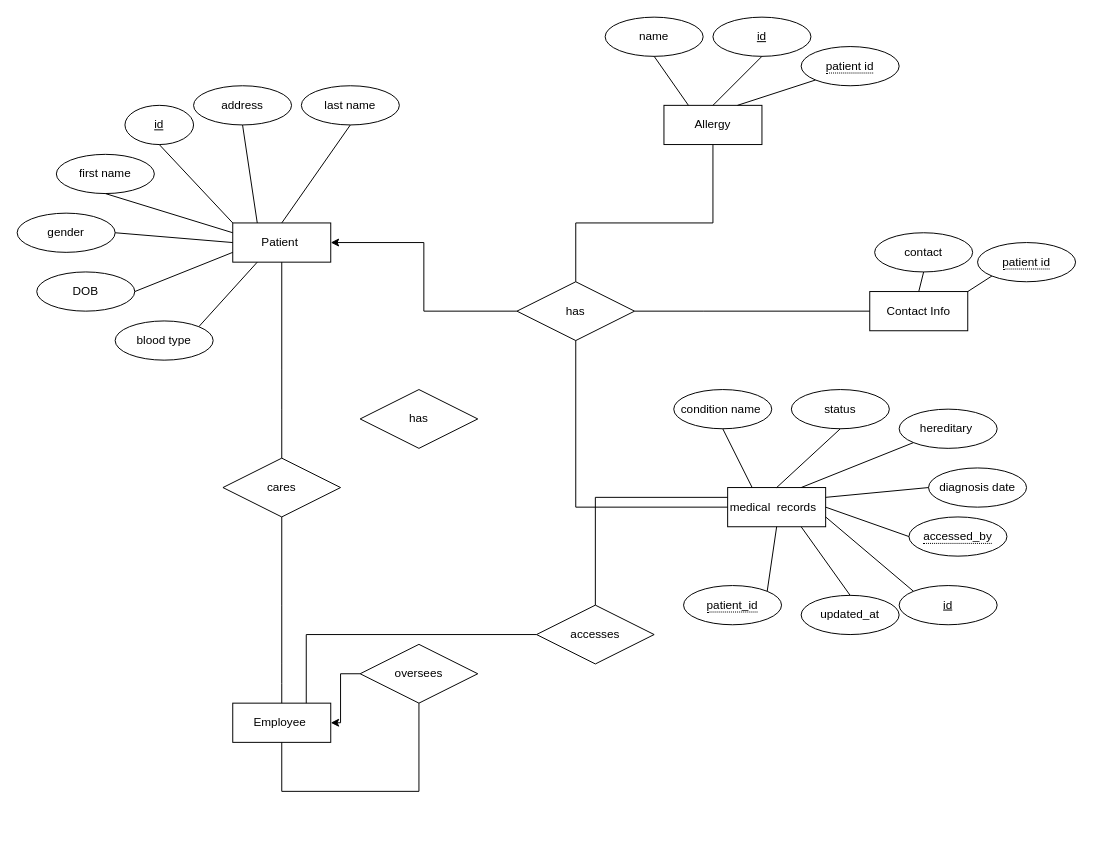
Earlier version of the draw.io diagram mp.drawio (merratio/Capstone-Project). Source tidied: cells renumbered, new cells numbered last; positions are measured from the earlier drawing's top-left corner, leaving out a move shared by most shapes. Both pictures are drawn from the tidied source at 98%, with x=0, y=0 at pixel (17, 17).
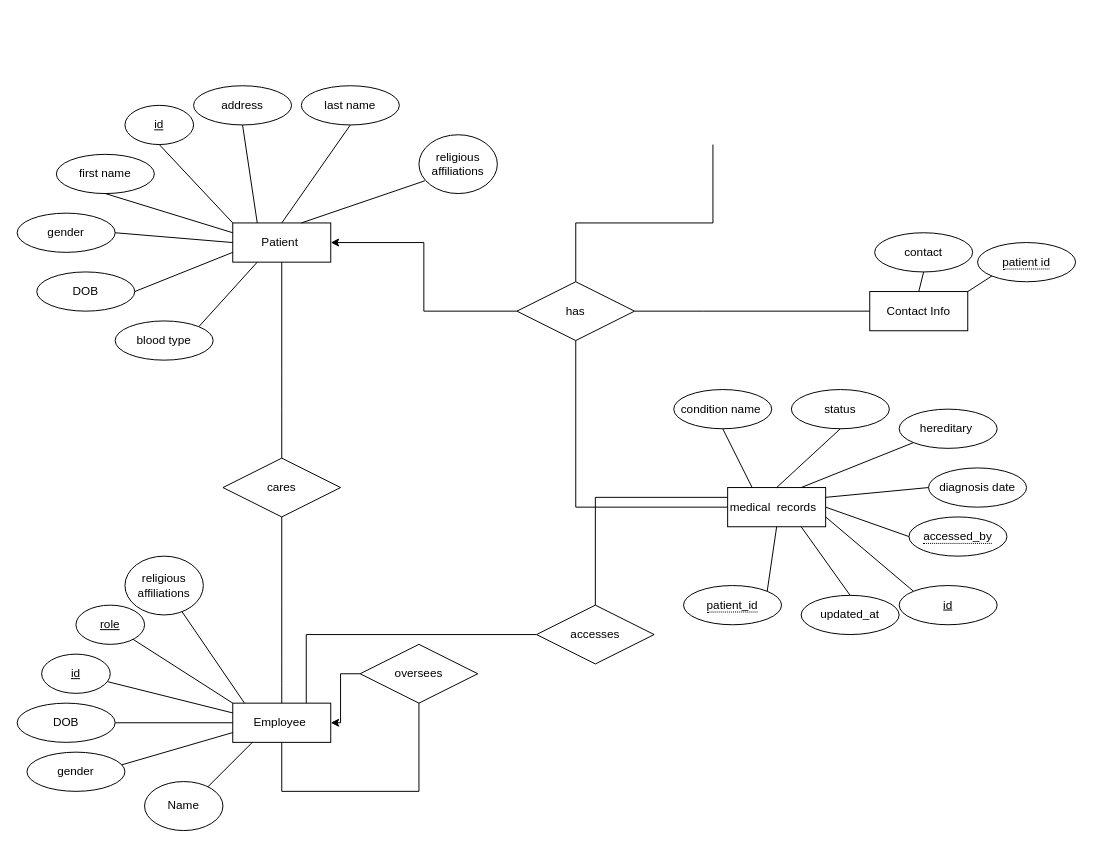
The same diagram, later.

Unchanged cells that the change refers to:
```xml
<mxCell id="3" value="has" style="shape=rhombus;perimeter=rhombusPerimeter;whiteSpace=wrap;html=1;align=center;" parent="1" vertex="1">
  <mxGeometry x="510" y="270" width="120" height="60" as="geometry" />
</mxCell>
```

Diff of the diagram source:
```diff
@@
-    <mxCell id="6" value="Allergy" style="whiteSpace=wrap;html=1;align=center;" parent="1" vertex="1">
-      <mxGeometry x="660" y="90" width="100" height="40" as="geometry" />
-    </mxCell>
@@
-    <mxCell id="27" value="name" style="ellipse;whiteSpace=wrap;html=1;align=center;" parent="1" vertex="1">
-      <mxGeometry x="600" width="100" height="40" as="geometry" />
-    </mxCell>
-    <mxCell id="28" value="id" style="ellipse;whiteSpace=wrap;html=1;align=center;fontStyle=4;" parent="1" vertex="1">
-      <mxGeometry x="710" width="100" height="40" as="geometry" />
-    </mxCell>
-    <mxCell id="29" value="&lt;span style=&quot;border-bottom: 1px dotted;&quot;&gt;patient id&lt;/span&gt;" style="ellipse;whiteSpace=wrap;html=1;align=center;" parent="1" vertex="1">
-      <mxGeometry x="800" y="30" width="100" height="40" as="geometry" />
-    </mxCell>
-    <mxCell id="30" style="endArrow=none;html=1;rounded=0;exitX=0.5;exitY=1;exitDx=0;exitDy=0;entryX=0.25;entryY=0;entryDx=0;entryDy=0;" parent="1" edge="1" source="27" target="6">
-      <mxGeometry relative="1" as="geometry" />
-    </mxCell>
-    <mxCell id="31" style="endArrow=none;html=1;rounded=0;entryX=0.5;entryY=1;entryDx=0;entryDy=0;exitX=0.5;exitY=0;exitDx=0;exitDy=0;" parent="1" edge="1" source="6" target="28">
-      <mxGeometry relative="1" as="geometry" />
-    </mxCell>
-    <mxCell id="32" style="endArrow=none;html=1;rounded=0;entryX=0;entryY=1;entryDx=0;entryDy=0;exitX=0.75;exitY=0;exitDx=0;exitDy=0;" parent="1" edge="1" source="6" target="29">
-      <mxGeometry relative="1" as="geometry" />
-    </mxCell>
@@
-    <mxCell id="37" style="endArrow=none;html=1;rounded=0;exitX=0.5;exitY=0;exitDx=0;exitDy=0;entryX=0.5;entryY=1;entryDx=0;entryDy=0;" parent="1" edge="1" source="3" target="6">
+    <mxCell id="37" style="endArrow=none;html=1;rounded=0;exitX=0.5;exitY=0;exitDx=0;exitDy=0;entryX=0.5;entryY=1;entryDx=0;entryDy=0;" parent="1" edge="1" source="3">
       <mxGeometry relative="1" as="geometry">
+        <mxPoint x="710" y="130" as="targetPoint" />
         <Array as="points">
           <mxPoint x="570" y="210" />
           <mxPoint x="710" y="210" />
         </Array>
       </mxGeometry>
     </mxCell>
@@
-    <mxCell id="59" value="has" style="shape=rhombus;perimeter=rhombusPerimeter;whiteSpace=wrap;html=1;align=center;" parent="1" vertex="1">
-      <mxGeometry x="350" y="380" width="120" height="60" as="geometry" />
-    </mxCell>
@@
+    <mxCell id="62" style="endArrow=none;html=1;rounded=0;" parent="1" edge="1">
+      <mxGeometry relative="1" as="geometry">
+        <mxPoint x="190" y="790" as="sourcePoint" />
+        <mxPoint x="240" y="740" as="targetPoint" />
+      </mxGeometry>
+    </mxCell>
+    <mxCell id="63" value="Name" style="ellipse;whiteSpace=wrap;html=1;" parent="1" vertex="1">
+      <mxGeometry x="130" y="780" width="80" height="50" as="geometry" />
+    </mxCell>
+    <mxCell id="64" style="endArrow=none;html=1;rounded=0;exitX=0;exitY=0.5;exitDx=0;exitDy=0;entryX=0.934;entryY=0.348;entryDx=0;entryDy=0;entryPerimeter=0;" parent="1" edge="1" target="65">
+      <mxGeometry relative="1" as="geometry">
+        <mxPoint x="220" y="730" as="sourcePoint" />
+      </mxGeometry>
+    </mxCell>
+    <mxCell id="65" value="gender" style="ellipse;whiteSpace=wrap;html=1;align=center;" parent="1" vertex="1">
+      <mxGeometry x="10" y="750" width="100" height="40" as="geometry" />
+    </mxCell>
+    <mxCell id="66" style="endArrow=none;html=1;rounded=0;exitX=0;exitY=0.75;exitDx=0;exitDy=0;" parent="1" edge="1">
+      <mxGeometry relative="1" as="geometry">
+        <mxPoint x="220" y="720" as="sourcePoint" />
+        <mxPoint x="100" y="720" as="targetPoint" />
+      </mxGeometry>
+    </mxCell>
+    <mxCell id="67" value="DOB" style="ellipse;whiteSpace=wrap;html=1;align=center;" parent="1" vertex="1">
+      <mxGeometry y="700" width="100" height="40" as="geometry" />
+    </mxCell>
+    <mxCell id="68" style="endArrow=none;html=1;rounded=0;exitX=0;exitY=0.5;exitDx=0;exitDy=0;" parent="1" edge="1" source="28">
+      <mxGeometry relative="1" as="geometry">
+        <mxPoint x="90" y="680" as="targetPoint" />
+      </mxGeometry>
+    </mxCell>
+    <mxCell id="69" style="endArrow=none;html=1;rounded=0;exitX=0;exitY=0.5;exitDx=0;exitDy=0;" parent="1" edge="1" target="28">
+      <mxGeometry relative="1" as="geometry">
+        <mxPoint x="220" y="710" as="sourcePoint" />
+      </mxGeometry>
+    </mxCell>
+    <mxCell id="28" value="id" style="ellipse;whiteSpace=wrap;html=1;align=center;fontStyle=4;" parent="1" vertex="1">
+      <mxGeometry x="25" y="650" width="70" height="40" as="geometry" />
+    </mxCell>
+    <mxCell id="70" style="endArrow=none;html=1;rounded=0;" parent="1" edge="1" source="72">
+      <mxGeometry relative="1" as="geometry">
+        <mxPoint x="100" y="640" as="targetPoint" />
+      </mxGeometry>
+    </mxCell>
+    <mxCell id="71" style="endArrow=none;html=1;rounded=0;" parent="1" edge="1" target="72">
+      <mxGeometry relative="1" as="geometry">
+        <mxPoint x="220" y="700" as="sourcePoint" />
+      </mxGeometry>
+    </mxCell>
+    <mxCell id="72" value="role" style="ellipse;whiteSpace=wrap;html=1;align=center;fontStyle=4;" parent="1" vertex="1">
+      <mxGeometry x="60" y="600" width="70" height="40" as="geometry" />
+    </mxCell>
+    <mxCell id="73" style="endArrow=none;html=1;rounded=0;" parent="1" edge="1" source="75">
+      <mxGeometry relative="1" as="geometry">
+        <mxPoint x="160" y="610" as="targetPoint" />
+      </mxGeometry>
+    </mxCell>
+    <mxCell id="74" style="endArrow=none;html=1;rounded=0;" parent="1" edge="1" target="75">
+      <mxGeometry relative="1" as="geometry">
+        <mxPoint x="232" y="700" as="sourcePoint" />
+      </mxGeometry>
+    </mxCell>
+    <mxCell id="75" value="religious affiliations" style="ellipse;whiteSpace=wrap;html=1;" parent="1" vertex="1">
+      <mxGeometry x="110" y="550" width="80" height="60" as="geometry" />
+    </mxCell>
+    <mxCell id="76" style="endArrow=none;html=1;rounded=0;" parent="1" edge="1">
+      <mxGeometry relative="1" as="geometry">
+        <mxPoint x="290" y="210" as="sourcePoint" />
+        <mxPoint x="416" y="167" as="targetPoint" />
+      </mxGeometry>
+    </mxCell>
+    <mxCell id="77" value="religious affiliations" style="ellipse;whiteSpace=wrap;html=1;" parent="1" vertex="1">
+      <mxGeometry x="410" y="120" width="80" height="60" as="geometry" />
+    </mxCell>
```
